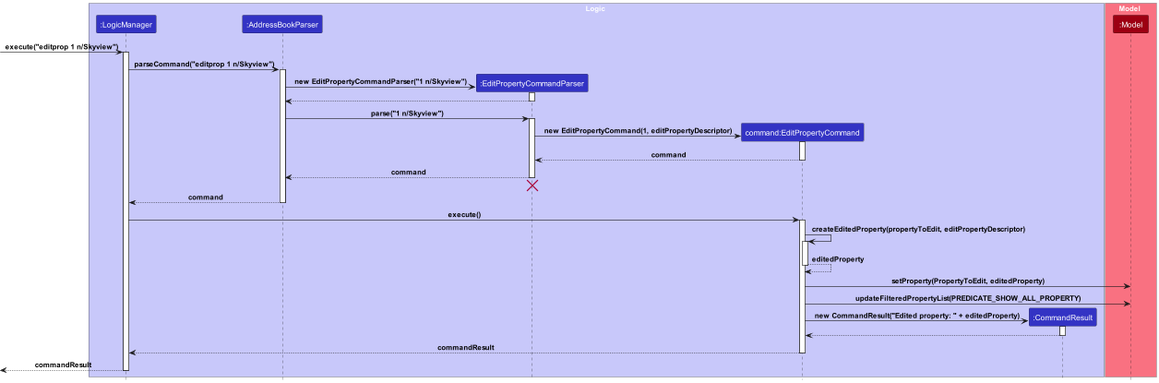
This is docs/images/EditPropertySequenceDiagram.png from saraozn/tp, a PlantUML export, as it was before one commit. Its diagram source:
```plantuml
@startuml
!include style.puml

box Logic LOGIC_COLOR_T1
participant ":LogicManager" as LogicManager LOGIC_COLOR
participant ":AddressBookParser" as AddressBookParser LOGIC_COLOR
participant ":EditPropertyCommandParser" as EditPropertyCommandParser LOGIC_COLOR
participant "command:EditPropertyCommand" as EditPropertyCommand LOGIC_COLOR
participant ":CommandResult" as CommandResult LOGIC_COLOR
end box

box Model MODEL_COLOR_T1
participant ":Model" as Model MODEL_COLOR
end box

[-> LogicManager : execute("editprop 1 n/Skyview")
activate LogicManager

LogicManager -> AddressBookParser : parseCommand("editprop 1 n/Skyview")
activate AddressBookParser

create EditPropertyCommandParser
AddressBookParser -> EditPropertyCommandParser : new EditPropertyCommandParser("1 n/Skyview")
activate EditPropertyCommandParser

EditPropertyCommandParser --> AddressBookParser
deactivate EditPropertyCommandParser

AddressBookParser -> EditPropertyCommandParser : parse("1 n/Skyview")
activate EditPropertyCommandParser

create EditPropertyCommand
EditPropertyCommandParser -> EditPropertyCommand : new EditPropertyCommand(1, editPropertyDescriptor)
activate EditPropertyCommand

EditPropertyCommand --> EditPropertyCommandParser : command
deactivate EditPropertyCommand

EditPropertyCommandParser --> AddressBookParser : command
deactivate EditPropertyCommandParser
EditPropertyCommandParser -[hidden]-> AddressBookParser
destroy EditPropertyCommandParser

AddressBookParser --> LogicManager : command
deactivate AddressBookParser

LogicManager -> EditPropertyCommand : execute()
activate EditPropertyCommand

EditPropertyCommand -> EditPropertyCommand : createEditedProperty(propertyToEdit, editPropertyDescriptor)
activate EditPropertyCommand
EditPropertyCommand --> EditPropertyCommand : editedProperty
deactivate EditPropertyCommand

EditPropertyCommand -> Model : setProperty(PropertyToEdit, editedProperty)

EditPropertyCommand -> Model : updateFilteredPropertyList(PREDICATE_SHOW_ALL_PROPERTY)

create CommandResult
EditPropertyCommand -> CommandResult : new CommandResult("Edited property: " + editedProperty)
activate CommandResult

CommandResult --> EditPropertyCommand
deactivate CommandResult

EditPropertyCommand --> LogicManager : commandResult
deactivate EditPropertyCommand

[<--LogicManager : commandResult
deactivate LogicManager
@enduml
```
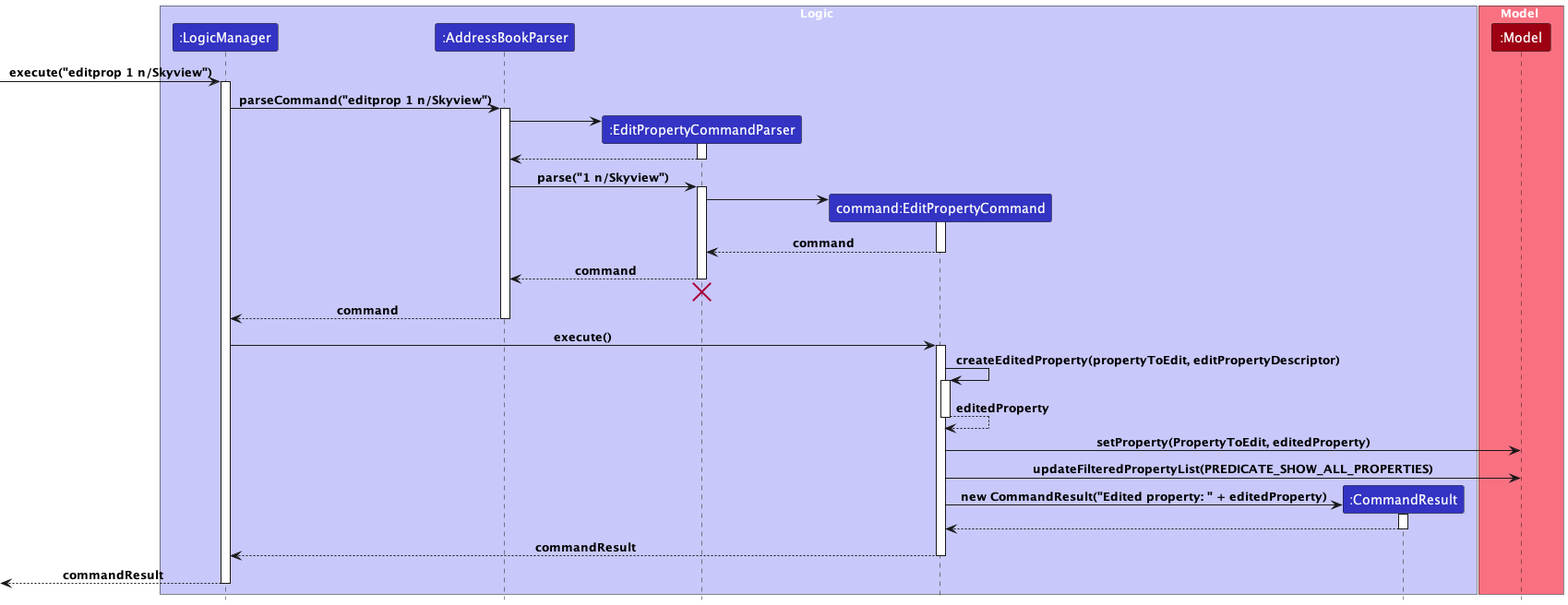
Later version of the same file.

Change to the diagram source:
```diff
@@ -20,7 +20,7 @@
 activate AddressBookParser
 
 create EditPropertyCommandParser
-AddressBookParser -> EditPropertyCommandParser : new EditPropertyCommandParser("1 n/Skyview")
+AddressBookParser -> EditPropertyCommandParser :
 activate EditPropertyCommandParser
 
 EditPropertyCommandParser --> AddressBookParser
@@ -30,7 +30,7 @@
 activate EditPropertyCommandParser
 
 create EditPropertyCommand
-EditPropertyCommandParser -> EditPropertyCommand : new EditPropertyCommand(1, editPropertyDescriptor)
+EditPropertyCommandParser -> EditPropertyCommand :
 activate EditPropertyCommand
 
 EditPropertyCommand --> EditPropertyCommandParser : command
@@ -54,7 +54,7 @@
 
 EditPropertyCommand -> Model : setProperty(PropertyToEdit, editedProperty)
 
-EditPropertyCommand -> Model : updateFilteredPropertyList(PREDICATE_SHOW_ALL_PROPERTY)
+EditPropertyCommand -> Model : updateFilteredPropertyList(PREDICATE_SHOW_ALL_PROPERTIES)
 
 create CommandResult
 EditPropertyCommand -> CommandResult : new CommandResult("Edited property: " + editedProperty)
```
